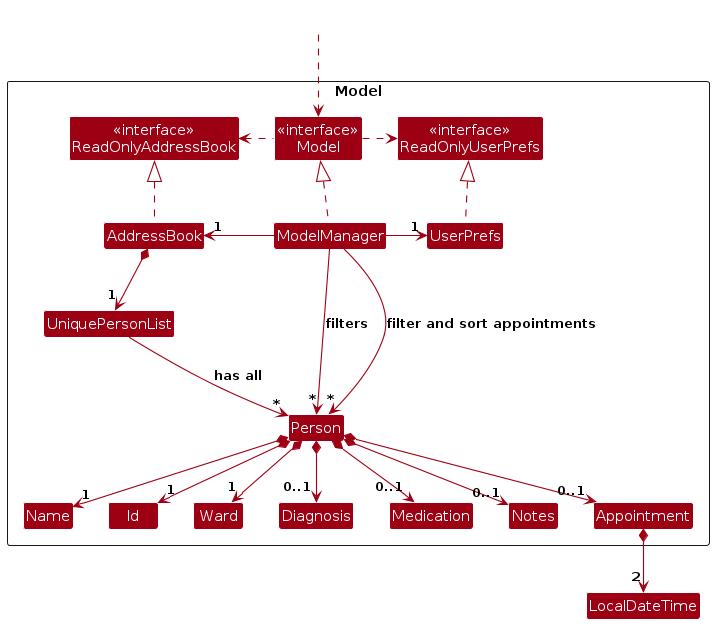
The PlantUML diagram diagrams/ModelClassDiagram.png in AY2425S1-CS2103T-T15-3/tp, before a commit. Its source is kept beside it as diagrams/ModelClassDiagram.puml.
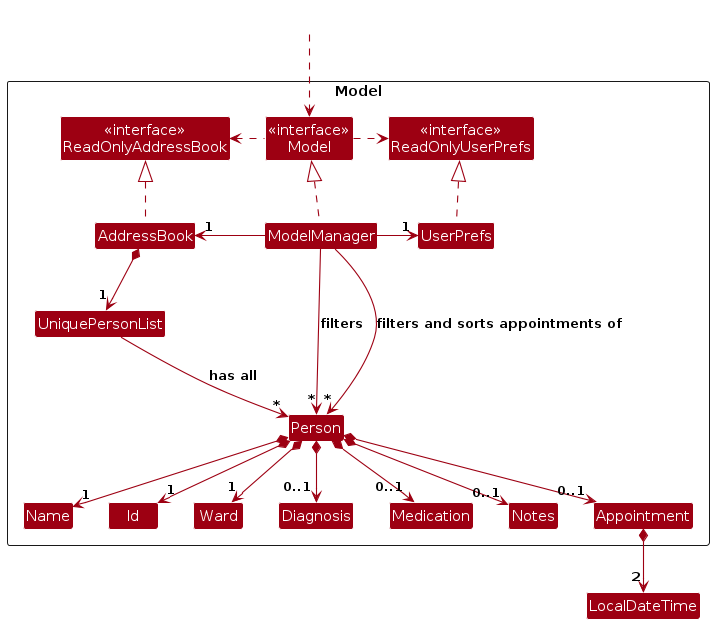
Above is the later version.

What changed in the source:
```diff
@@ -58,6 +58,6 @@
 Medication -[hidden]right-> Notes
 Notes -[hidden]right-> Appointment
 
-ModelManager --> "*" Person: filter and sort appointments
+ModelManager --> "*" Person: filters and sorts appointments of
 ModelManager --> "*" Person: filters
 @enduml
```
